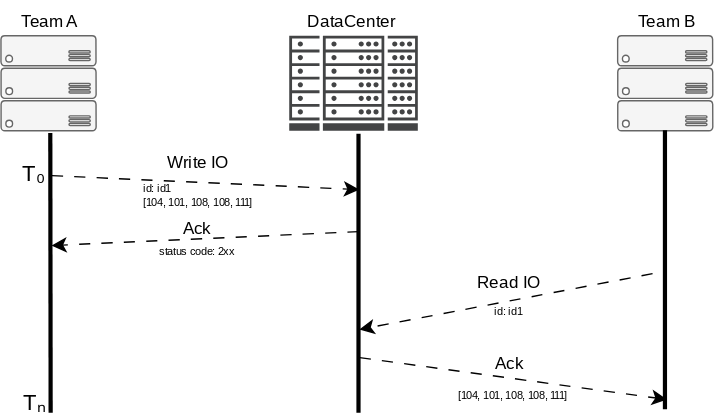
SonahLab/twitch-chat-hit-counter keeps this draw.io diagram as course-material/assets/module2/images/IO.svg. Above is the earlier version. Source tidied: cells renumbered, new cells last; positions are measured from the earlier drawing's top-left corner, leaving out a move shared by most shapes.
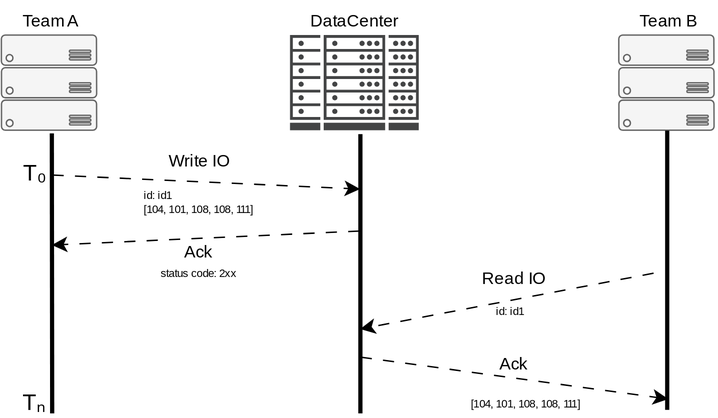
The same file after the commit.

What changed in the source:
```diff
@@ -2,95 +2,95 @@
   <root>
     <mxCell id="0" />
     <mxCell id="1" parent="0" />
-    <mxCell id="2" style="endArrow=none;html=1;rounded=0;fontSize=12;startSize=8;endSize=8;curved=1;strokeWidth=3;fontFamily=Lato;fontSource=https%3A%2F%2Ffonts.googleapis.com%2Fcss%3Ffamily%3DLato;" parent="1" edge="1">
+    <mxCell id="2" style="endArrow=none;html=1;rounded=0;fontSize=12;startSize=8;endSize=8;curved=1;strokeWidth=3;fontFamily=Michroma;fontSource=https%3A%2F%2Ffonts.googleapis.com%2Fcss%3Ffamily%3DMichroma;" parent="1" edge="1">
       <mxGeometry relative="1" as="geometry">
-        <mxPoint x="36" y="295" as="sourcePoint" />
-        <mxPoint x="35.8" y="95" as="targetPoint" />
+        <mxPoint x="9012" y="-340" as="sourcePoint" />
+        <mxPoint x="9011.8" y="-540" as="targetPoint" />
       </mxGeometry>
     </mxCell>
-    <mxCell id="3" style="endArrow=none;html=1;rounded=0;fontSize=12;startSize=8;endSize=8;curved=1;strokeWidth=3;fontFamily=Lato;fontSource=https%3A%2F%2Ffonts.googleapis.com%2Fcss%3Ffamily%3DLato;" parent="1" edge="1">
+    <mxCell id="3" style="endArrow=none;html=1;rounded=0;fontSize=12;startSize=8;endSize=8;curved=1;strokeWidth=3;fontFamily=Michroma;fontSource=https%3A%2F%2Ffonts.googleapis.com%2Fcss%3Ffamily%3DMichroma;" parent="1" edge="1">
       <mxGeometry relative="1" as="geometry">
-        <mxPoint x="256" y="295" as="sourcePoint" />
-        <mxPoint x="256" y="95.5" as="targetPoint" />
+        <mxPoint x="9232" y="-340" as="sourcePoint" />
+        <mxPoint x="9232" y="-539.5" as="targetPoint" />
       </mxGeometry>
     </mxCell>
-    <mxCell id="4" style="sketch=0;shadow=0;dashed=0;html=1;strokeColor=#666666;labelPosition=center;verticalLabelPosition=bottom;verticalAlign=top;align=center;fillColor=#f5f5f5;shape=mxgraph.azure.server_rack;fontColor=#333333;fontFamily=Lato;fontSource=https%3A%2F%2Ffonts.googleapis.com%2Fcss%3Ffamily%3DLato;" parent="1" vertex="1">
-      <mxGeometry y="25" width="68" height="68" as="geometry" />
+    <mxCell id="4" style="sketch=0;shadow=0;dashed=0;html=1;strokeColor=#666666;labelPosition=center;verticalLabelPosition=bottom;verticalAlign=top;align=center;fillColor=#f5f5f5;shape=mxgraph.azure.server_rack;fontColor=#333333;fontFamily=Michroma;fontSource=https%3A%2F%2Ffonts.googleapis.com%2Fcss%3Ffamily%3DMichroma;" parent="1" vertex="1">
+      <mxGeometry x="8976" y="-610" width="68" height="68" as="geometry" />
     </mxCell>
-    <mxCell id="5" value="Team A" style="text;html=1;whiteSpace=wrap;strokeColor=none;fillColor=none;align=center;verticalAlign=middle;rounded=0;fontFamily=Lato;fontSource=https%3A%2F%2Ffonts.googleapis.com%2Fcss%3Ffamily%3DLato;" parent="1" vertex="1">
-      <mxGeometry width="70" height="30" as="geometry" />
+    <mxCell id="5" value="Team A" style="text;html=1;whiteSpace=wrap;strokeColor=none;fillColor=none;align=center;verticalAlign=middle;rounded=0;fontFamily=Michroma;fontSource=https%3A%2F%2Ffonts.googleapis.com%2Fcss%3Ffamily%3DMichroma;" parent="1" vertex="1">
+      <mxGeometry x="8976" y="-635" width="70" height="30" as="geometry" />
     </mxCell>
-    <mxCell id="6" value="DataCenter" style="text;html=1;whiteSpace=wrap;strokeColor=none;fillColor=none;align=center;verticalAlign=middle;rounded=0;fontFamily=Lato;fontSource=https%3A%2F%2Ffonts.googleapis.com%2Fcss%3Ffamily%3DLato;" parent="1" vertex="1">
-      <mxGeometry x="216" width="70" height="30" as="geometry" />
+    <mxCell id="6" value="DataCenter" style="text;html=1;whiteSpace=wrap;strokeColor=none;fillColor=none;align=center;verticalAlign=middle;rounded=0;fontFamily=Michroma;fontSource=https%3A%2F%2Ffonts.googleapis.com%2Fcss%3Ffamily%3DMichroma;" parent="1" vertex="1">
+      <mxGeometry x="9180.9" y="-635" width="94" height="30" as="geometry" />
     </mxCell>
-    <mxCell id="7" style="endArrow=classic;html=1;rounded=0;fontSize=12;startSize=8;endSize=8;curved=1;flowAnimation=1;fontFamily=Lato;fontSource=https%3A%2F%2Ffonts.googleapis.com%2Fcss%3Ffamily%3DLato;" parent="1" edge="1">
+    <mxCell id="7" style="endArrow=classic;html=1;rounded=0;fontSize=12;startSize=8;endSize=8;curved=1;flowAnimation=1;fontFamily=Michroma;fontSource=https%3A%2F%2Ffonts.googleapis.com%2Fcss%3Ffamily%3DMichroma;" parent="1" edge="1">
       <mxGeometry relative="1" as="geometry">
-        <mxPoint x="36" y="125" as="sourcePoint" />
-        <mxPoint x="256" y="135" as="targetPoint" />
+        <mxPoint x="9012" y="-510" as="sourcePoint" />
+        <mxPoint x="9232" y="-500" as="targetPoint" />
       </mxGeometry>
     </mxCell>
-    <mxCell id="8" value="Write IO" style="text;html=1;whiteSpace=wrap;strokeColor=none;fillColor=none;align=center;verticalAlign=middle;rounded=0;fontFamily=Lato;fontSource=https%3A%2F%2Ffonts.googleapis.com%2Fcss%3Ffamily%3DLato;" parent="1" vertex="1">
-      <mxGeometry x="110.5" y="101" width="60" height="30" as="geometry" />
+    <mxCell id="8" value="Write IO" style="text;html=1;whiteSpace=wrap;strokeColor=none;fillColor=none;align=center;verticalAlign=middle;rounded=0;fontFamily=Michroma;fontSource=https%3A%2F%2Ffonts.googleapis.com%2Fcss%3Ffamily%3DMichroma;" parent="1" vertex="1">
+      <mxGeometry x="9081.8" y="-535.1" width="69.5" height="30" as="geometry" />
     </mxCell>
-    <mxCell id="9" style="endArrow=classic;html=1;rounded=0;fontSize=12;startSize=8;endSize=8;curved=1;flowAnimation=1;fontFamily=Lato;fontSource=https%3A%2F%2Ffonts.googleapis.com%2Fcss%3Ffamily%3DLato;" parent="1" edge="1">
+    <mxCell id="9" style="endArrow=classic;html=1;rounded=0;fontSize=12;startSize=8;endSize=8;curved=1;flowAnimation=1;fontFamily=Michroma;fontSource=https%3A%2F%2Ffonts.googleapis.com%2Fcss%3Ffamily%3DMichroma;" parent="1" edge="1">
       <mxGeometry relative="1" as="geometry">
-        <mxPoint x="256" y="165" as="sourcePoint" />
-        <mxPoint x="36" y="175" as="targetPoint" />
+        <mxPoint x="9232" y="-470" as="sourcePoint" />
+        <mxPoint x="9012" y="-460" as="targetPoint" />
       </mxGeometry>
     </mxCell>
-    <mxCell id="10" value="Ack" style="text;html=1;whiteSpace=wrap;strokeColor=none;fillColor=none;align=center;verticalAlign=middle;rounded=0;fontFamily=Lato;fontSource=https%3A%2F%2Ffonts.googleapis.com%2Fcss%3Ffamily%3DLato;" parent="1" vertex="1">
-      <mxGeometry x="105" y="153" width="71" height="20" as="geometry" />
+    <mxCell id="10" value="Ack" style="text;html=1;whiteSpace=wrap;strokeColor=none;fillColor=none;align=center;verticalAlign=middle;rounded=0;fontFamily=Michroma;fontSource=https%3A%2F%2Ffonts.googleapis.com%2Fcss%3Ffamily%3DMichroma;" parent="1" vertex="1">
+      <mxGeometry x="9099" y="-464.8" width="35" height="20" as="geometry" />
     </mxCell>
-    <mxCell id="11" value="status code: 2xx" style="text;html=1;whiteSpace=wrap;strokeColor=none;fillColor=none;align=center;verticalAlign=middle;rounded=0;fontSize=8;fontFamily=Lato;fontSource=https%3A%2F%2Ffonts.googleapis.com%2Fcss%3Ffamily%3DLato;" parent="1" vertex="1">
-      <mxGeometry x="105" y="169" width="71" height="20" as="geometry" />
+    <mxCell id="11" value="status code: 2xx" style="text;html=1;whiteSpace=wrap;strokeColor=none;fillColor=none;align=center;verticalAlign=middle;rounded=0;fontSize=8;fontFamily=Michroma;fontSource=https%3A%2F%2Ffonts.googleapis.com%2Fcss%3Ffamily%3DMichroma;" parent="1" vertex="1">
+      <mxGeometry x="9069" y="-445.7" width="95" height="10.7" as="geometry" />
     </mxCell>
-    <mxCell id="12" value="&lt;div style=&quot;text-align: left;&quot;&gt;&lt;span style=&quot;background-color: transparent; color: light-dark(rgb(0, 0, 0), rgb(255, 255, 255));&quot;&gt;id: id1&lt;/span&gt;&lt;/div&gt;[104, 101, 108, 108, 111]" style="text;html=1;whiteSpace=wrap;strokeColor=none;fillColor=none;align=center;verticalAlign=middle;rounded=0;fontSize=8;fontFamily=Lato;fontSource=https%3A%2F%2Ffonts.googleapis.com%2Fcss%3Ffamily%3DLato;" parent="1" vertex="1">
-      <mxGeometry x="95.5" y="128" width="90" height="21" as="geometry" />
+    <mxCell id="12" value="&lt;div style=&quot;text-align: left;&quot;&gt;&lt;span style=&quot;background-color: transparent; color: light-dark(rgb(0, 0, 0), rgb(255, 255, 255));&quot;&gt;id: id1&lt;/span&gt;&lt;/div&gt;[104, 101, 108, 108, 111]" style="text;html=1;whiteSpace=wrap;strokeColor=none;fillColor=none;align=center;verticalAlign=middle;rounded=0;fontSize=8;fontFamily=Michroma;fontSource=https%3A%2F%2Ffonts.googleapis.com%2Fcss%3Ffamily%3DMichroma;" parent="1" vertex="1">
+      <mxGeometry x="9044.2" y="-502" width="144.5" height="21" as="geometry" />
     </mxCell>
-    <mxCell id="13" value="&lt;span style=&quot;font-size: 16px; text-align: start;&quot;&gt;&lt;font style=&quot;color: rgb(0, 0, 0);&quot;&gt;T₀&lt;/font&gt;&lt;/span&gt;" style="text;html=1;whiteSpace=wrap;strokeColor=none;fillColor=none;align=center;verticalAlign=middle;rounded=0;fontFamily=Lato;fontSource=https%3A%2F%2Ffonts.googleapis.com%2Fcss%3Ffamily%3DLato;" parent="1" vertex="1">
-      <mxGeometry x="13.2" y="113" width="22" height="20" as="geometry" />
+    <mxCell id="13" value="&lt;span style=&quot;font-size: 16px; text-align: start;&quot;&gt;&lt;font style=&quot;color: rgb(0, 0, 0);&quot;&gt;T₀&lt;/font&gt;&lt;/span&gt;" style="text;html=1;whiteSpace=wrap;strokeColor=none;fillColor=none;align=center;verticalAlign=middle;rounded=0;fontFamily=Michroma;fontSource=https%3A%2F%2Ffonts.googleapis.com%2Fcss%3Ffamily%3DMichroma;" parent="1" vertex="1">
+      <mxGeometry x="8989.2" y="-522" width="22" height="20" as="geometry" />
     </mxCell>
-    <mxCell id="14" value="&lt;span style=&quot;font-size: 16px; text-align: start;&quot;&gt;&lt;font style=&quot;color: rgb(0, 0, 0);&quot;&gt;T&lt;/font&gt;&lt;/span&gt;&lt;font&gt;&lt;span style=&quot;font-size: 16px;&quot;&gt;ₙ&lt;/span&gt;&lt;/font&gt;" style="text;html=1;whiteSpace=wrap;strokeColor=none;fillColor=none;align=center;verticalAlign=middle;rounded=0;fontFamily=Lato;fontSource=https%3A%2F%2Ffonts.googleapis.com%2Fcss%3Ffamily%3DLato;" parent="1" vertex="1">
-      <mxGeometry x="13.1" y="277" width="22" height="20" as="geometry" />
+    <mxCell id="14" value="&lt;span style=&quot;font-size: 16px; text-align: start;&quot;&gt;&lt;font style=&quot;color: rgb(0, 0, 0);&quot;&gt;T&lt;/font&gt;&lt;/span&gt;&lt;font&gt;&lt;span style=&quot;font-size: 16px;&quot;&gt;ₙ&lt;/span&gt;&lt;/font&gt;" style="text;html=1;whiteSpace=wrap;strokeColor=none;fillColor=none;align=center;verticalAlign=middle;rounded=0;fontFamily=Michroma;fontSource=https%3A%2F%2Ffonts.googleapis.com%2Fcss%3Ffamily%3DMichroma;" parent="1" vertex="1">
+      <mxGeometry x="8988.1" y="-358" width="22" height="20" as="geometry" />
     </mxCell>
-    <mxCell id="15" style="sketch=0;shadow=0;dashed=0;html=1;strokeColor=none;fillColor=#434445;labelPosition=center;verticalLabelPosition=bottom;verticalAlign=top;align=center;shape=mxgraph.vvd.datacenter;" parent="1" vertex="1">
-      <mxGeometry x="206" y="25" width="91.9" height="68" as="geometry" />
+    <mxCell id="15" style="sketch=0;shadow=0;dashed=0;html=1;strokeColor=none;fillColor=#434445;labelPosition=center;verticalLabelPosition=bottom;verticalAlign=top;align=center;shape=mxgraph.vvd.datacenter;fontFamily=Michroma;fontSource=https%3A%2F%2Ffonts.googleapis.com%2Fcss%3Ffamily%3DMichroma;" parent="1" vertex="1">
+      <mxGeometry x="9182" y="-610" width="91.9" height="68" as="geometry" />
     </mxCell>
-    <mxCell id="16" style="sketch=0;shadow=0;dashed=0;html=1;strokeColor=#666666;labelPosition=center;verticalLabelPosition=bottom;verticalAlign=top;align=center;fillColor=#f5f5f5;shape=mxgraph.azure.server_rack;fontColor=#333333;fontFamily=Lato;fontSource=https%3A%2F%2Ffonts.googleapis.com%2Fcss%3Ffamily%3DLato;" parent="1" vertex="1">
-      <mxGeometry x="440.7" y="25" width="68" height="68" as="geometry" />
+    <mxCell id="16" style="sketch=0;shadow=0;dashed=0;html=1;strokeColor=#666666;labelPosition=center;verticalLabelPosition=bottom;verticalAlign=top;align=center;fillColor=#f5f5f5;shape=mxgraph.azure.server_rack;fontColor=#333333;fontFamily=Michroma;fontSource=https%3A%2F%2Ffonts.googleapis.com%2Fcss%3Ffamily%3DMichroma;" parent="1" vertex="1">
+      <mxGeometry x="9416.7" y="-610" width="68" height="68" as="geometry" />
     </mxCell>
-    <mxCell id="17" value="Team B" style="text;html=1;whiteSpace=wrap;strokeColor=none;fillColor=none;align=center;verticalAlign=middle;rounded=0;fontFamily=Lato;fontSource=https%3A%2F%2Ffonts.googleapis.com%2Fcss%3Ffamily%3DLato;" parent="1" vertex="1">
-      <mxGeometry x="440.7" width="70" height="30" as="geometry" />
+    <mxCell id="17" value="Team B" style="text;html=1;whiteSpace=wrap;strokeColor=none;fillColor=none;align=center;verticalAlign=middle;rounded=0;fontFamily=Michroma;fontSource=https%3A%2F%2Ffonts.googleapis.com%2Fcss%3Ffamily%3DMichroma;" parent="1" vertex="1">
+      <mxGeometry x="9416.7" y="-635" width="70" height="30" as="geometry" />
     </mxCell>
-    <mxCell id="18" style="endArrow=none;html=1;rounded=0;fontSize=12;startSize=8;endSize=8;curved=1;strokeWidth=3;fontFamily=Lato;fontSource=https%3A%2F%2Ffonts.googleapis.com%2Fcss%3Ffamily%3DLato;" parent="1" edge="1">
+    <mxCell id="18" style="endArrow=none;html=1;rounded=0;fontSize=12;startSize=8;endSize=8;curved=1;strokeWidth=3;fontFamily=Michroma;fontSource=https%3A%2F%2Ffonts.googleapis.com%2Fcss%3Ffamily%3DMichroma;" parent="1" edge="1">
       <mxGeometry relative="1" as="geometry">
-        <mxPoint x="475" y="292.5" as="sourcePoint" />
-        <mxPoint x="475" y="93" as="targetPoint" />
+        <mxPoint x="9451" y="-342.5" as="sourcePoint" />
+        <mxPoint x="9451" y="-542" as="targetPoint" />
       </mxGeometry>
     </mxCell>
-    <mxCell id="19" style="endArrow=classic;html=1;rounded=0;fontSize=12;startSize=8;endSize=8;curved=1;flowAnimation=1;fontFamily=Lato;fontSource=https%3A%2F%2Ffonts.googleapis.com%2Fcss%3Ffamily%3DLato;" parent="1" edge="1">
+    <mxCell id="19" style="endArrow=classic;html=1;rounded=0;fontSize=12;startSize=8;endSize=8;curved=1;flowAnimation=1;fontFamily=Michroma;fontSource=https%3A%2F%2Ffonts.googleapis.com%2Fcss%3Ffamily%3DMichroma;" parent="1" edge="1">
       <mxGeometry relative="1" as="geometry">
-        <mxPoint x="466" y="195" as="sourcePoint" />
-        <mxPoint x="256" y="235" as="targetPoint" />
+        <mxPoint x="9442" y="-440" as="sourcePoint" />
+        <mxPoint x="9232" y="-400" as="targetPoint" />
       </mxGeometry>
     </mxCell>
-    <mxCell id="20" value="Read IO" style="text;html=1;whiteSpace=wrap;strokeColor=none;fillColor=none;align=center;verticalAlign=middle;rounded=0;fontFamily=Lato;fontSource=https%3A%2F%2Ffonts.googleapis.com%2Fcss%3Ffamily%3DLato;" parent="1" vertex="1">
-      <mxGeometry x="333.4" y="192" width="60" height="20" as="geometry" />
+    <mxCell id="20" value="Read IO" style="text;html=1;whiteSpace=wrap;strokeColor=none;fillColor=none;align=center;verticalAlign=middle;rounded=0;fontFamily=Michroma;fontSource=https%3A%2F%2Ffonts.googleapis.com%2Fcss%3Ffamily%3DMichroma;" parent="1" vertex="1">
+      <mxGeometry x="9308.1" y="-445.7" width="66.6" height="20" as="geometry" />
     </mxCell>
-    <mxCell id="21" value="Ack" style="text;html=1;whiteSpace=wrap;strokeColor=none;fillColor=none;align=center;verticalAlign=middle;rounded=0;fontFamily=Lato;fontSource=https%3A%2F%2Ffonts.googleapis.com%2Fcss%3Ffamily%3DLato;" parent="1" vertex="1">
-      <mxGeometry x="327.9" y="250" width="71" height="20" as="geometry" />
+    <mxCell id="21" value="Ack" style="text;html=1;whiteSpace=wrap;strokeColor=none;fillColor=none;align=center;verticalAlign=middle;rounded=0;fontFamily=Michroma;fontSource=https%3A%2F%2Ffonts.googleapis.com%2Fcss%3Ffamily%3DMichroma;" parent="1" vertex="1">
+      <mxGeometry x="9321.9" y="-385.3" width="38.9" height="20" as="geometry" />
     </mxCell>
-    <mxCell id="22" style="endArrow=classic;html=1;rounded=0;fontSize=12;startSize=8;endSize=8;curved=1;flowAnimation=1;fontFamily=Lato;fontSource=https%3A%2F%2Ffonts.googleapis.com%2Fcss%3Ffamily%3DLato;" parent="1" edge="1">
+    <mxCell id="22" style="endArrow=classic;html=1;rounded=0;fontSize=12;startSize=8;endSize=8;curved=1;flowAnimation=1;fontFamily=Michroma;fontSource=https%3A%2F%2Ffonts.googleapis.com%2Fcss%3Ffamily%3DMichroma;" parent="1" edge="1">
       <mxGeometry relative="1" as="geometry">
-        <mxPoint x="256" y="255" as="sourcePoint" />
-        <mxPoint x="476" y="285" as="targetPoint" />
+        <mxPoint x="9232" y="-380" as="sourcePoint" />
+        <mxPoint x="9452" y="-350" as="targetPoint" />
       </mxGeometry>
     </mxCell>
-    <mxCell id="23" value="&lt;div style=&quot;text-align: left;&quot;&gt;&lt;span style=&quot;background-color: transparent; color: light-dark(rgb(0, 0, 0), rgb(255, 255, 255));&quot;&gt;id: id1&lt;/span&gt;&lt;/div&gt;" style="text;html=1;whiteSpace=wrap;strokeColor=none;fillColor=none;align=center;verticalAlign=middle;rounded=0;fontSize=8;fontFamily=Lato;fontSource=https%3A%2F%2Ffonts.googleapis.com%2Fcss%3Ffamily%3DLato;" parent="1" vertex="1">
-      <mxGeometry x="318.4" y="218" width="90" height="8" as="geometry" />
+    <mxCell id="23" value="&lt;div style=&quot;text-align: left;&quot;&gt;&lt;span style=&quot;background-color: transparent; color: light-dark(rgb(0, 0, 0), rgb(255, 255, 255));&quot;&gt;id: id1&lt;/span&gt;&lt;/div&gt;" style="text;html=1;whiteSpace=wrap;strokeColor=none;fillColor=none;align=center;verticalAlign=middle;rounded=0;fontSize=8;fontFamily=Michroma;fontSource=https%3A%2F%2Ffonts.googleapis.com%2Fcss%3Ffamily%3DMichroma;" parent="1" vertex="1">
+      <mxGeometry x="9294.4" y="-417" width="90" height="8" as="geometry" />
     </mxCell>
-    <mxCell id="24" value="[104, 101, 108, 108, 111]" style="text;html=1;whiteSpace=wrap;strokeColor=none;fillColor=none;align=center;verticalAlign=middle;rounded=0;fontSize=8;fontFamily=Lato;fontSource=https%3A%2F%2Ffonts.googleapis.com%2Fcss%3Ffamily%3DLato;" parent="1" vertex="1">
-      <mxGeometry x="318.4" y="274" width="95.5" height="15" as="geometry" />
+    <mxCell id="24" value="[104, 101, 108, 108, 111]" style="text;html=1;whiteSpace=wrap;strokeColor=none;fillColor=none;align=center;verticalAlign=middle;rounded=0;fontSize=8;fontFamily=Michroma;fontSource=https%3A%2F%2Ffonts.googleapis.com%2Fcss%3Ffamily%3DMichroma;" parent="1" vertex="1">
+      <mxGeometry x="9279.1" y="-355" width="141.6" height="15" as="geometry" />
     </mxCell>
   </root>
 </mxGraphModel>
```
